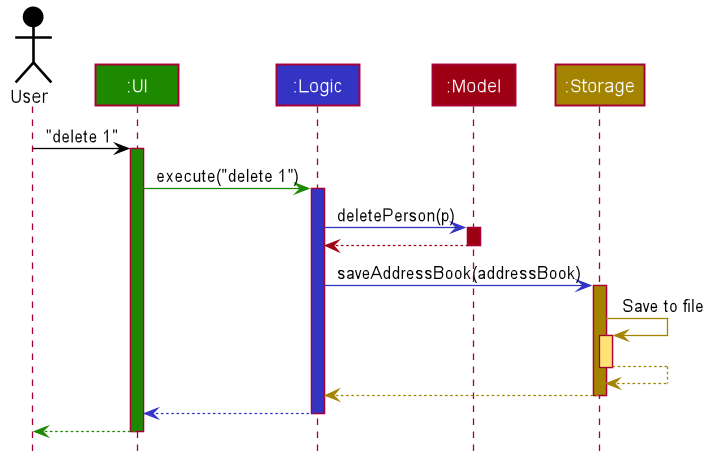
Above: docs/images/ArchitectureSequenceDiagram.png in nus-cs2103-AY2021S2/tp (PlantUML), before the change. The source it was exported from:
```plantuml
@startuml








skinparam BackgroundColor #FFFFFFF

skinparam Shadowing false

skinparam Class {
    FontColor #FFFFFF
    BorderThickness 1
    BorderColor #FFFFFF
    StereotypeFontColor #FFFFFF
    FontName Arial
}

skinparam Actor {
    BorderColor #000000
    Color #000000
    FontName Arial
}

skinparam Sequence {
    MessageAlign center
    BoxFontSize 15
    BoxPadding 0
    BoxFontColor #FFFFFF
    FontName Arial
}

skinparam Participant {
    FontColor #FFFFFFF
    Padding 20
}

skinparam MinClassWidth 50
skinparam ParticipantPadding 10
skinparam Shadowing false
skinparam DefaultTextAlignment center
skinparam packageStyle Rectangle

hide footbox
hide members
hide circle

Actor User as user #000000
Participant ":UI" as ui #1D8900
Participant ":Logic" as logic #3333C4
Participant ":Model" as model #9D0012
Participant ":Storage" as storage #A38300

user -[#000000]> ui : "delete 1"
activate ui #1D8900

ui -[#1D8900]> logic : execute("delete 1")
activate logic #3333C4

logic -[#3333C4]> model : deletePerson(p)
activate model #9D0012

model -[#9D0012]-> logic
deactivate model

logic -[#3333C4]> storage : saveAddressBook(addressBook)
activate storage #A38300

storage -[#A38300]> storage : Save to file
activate storage #FFE374
storage --[#A38300]> storage
deactivate storage

storage --[#A38300]> logic
deactivate storage

logic --[#3333C4]> ui
deactivate logic

ui--[#1D8900]> user
deactivate ui
@enduml
```
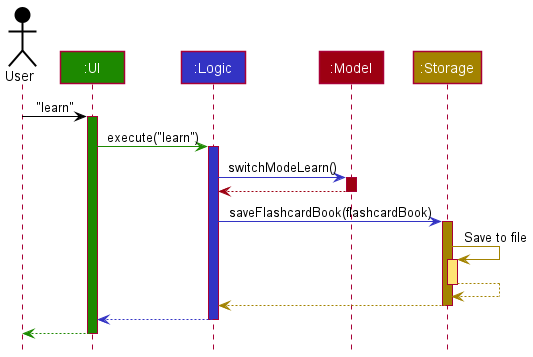
After the commit.

The edit, as a diff of the source:
```diff
@@ -1,85 +1,38 @@
 @startuml
+!include style.puml
 
+Actor User as user USER_COLOR
+Participant ":UI" as ui UI_COLOR
+Participant ":Logic" as logic LOGIC_COLOR
+Participant ":Model" as model MODEL_COLOR
+Participant ":Storage" as storage STORAGE_COLOR
 
+user -[USER_COLOR]> ui : "learn"
+activate ui UI_COLOR
 
+ui -[UI_COLOR]> logic : execute("learn")
+activate logic LOGIC_COLOR
 
+logic -[LOGIC_COLOR]> model : switchModeLearn()
+activate model MODEL_COLOR
 
-
-
-
-skinparam BackgroundColor #FFFFFFF
-
-skinparam Shadowing false
-
-skinparam Class {
-    FontColor #FFFFFF
-    BorderThickness 1
-    BorderColor #FFFFFF
-    StereotypeFontColor #FFFFFF
-    FontName Arial
-}
-
-skinparam Actor {
-    BorderColor #000000
-    Color #000000
-    FontName Arial
-}
-
-skinparam Sequence {
-    MessageAlign center
-    BoxFontSize 15
-    BoxPadding 0
-    BoxFontColor #FFFFFF
-    FontName Arial
-}
-
-skinparam Participant {
-    FontColor #FFFFFFF
-    Padding 20
-}
-
-skinparam MinClassWidth 50
-skinparam ParticipantPadding 10
-skinparam Shadowing false
-skinparam DefaultTextAlignment center
-skinparam packageStyle Rectangle
-
-hide footbox
-hide members
-hide circle
-
-Actor User as user #000000
-Participant ":UI" as ui #1D8900
-Participant ":Logic" as logic #3333C4
-Participant ":Model" as model #9D0012
-Participant ":Storage" as storage #A38300
-
-user -[#000000]> ui : "delete 1"
-activate ui #1D8900
-
-ui -[#1D8900]> logic : execute("delete 1")
-activate logic #3333C4
-
-logic -[#3333C4]> model : deletePerson(p)
-activate model #9D0012
-
-model -[#9D0012]-> logic
+model -[MODEL_COLOR]-> logic
 deactivate model
 
-logic -[#3333C4]> storage : saveAddressBook(addressBook)
-activate storage #A38300
+logic -[LOGIC_COLOR]> storage : saveFlashcardBook(flashcardBook)
+activate storage STORAGE_COLOR
 
-storage -[#A38300]> storage : Save to file
-activate storage #FFE374
-storage --[#A38300]> storage
+storage -[STORAGE_COLOR]> storage : Save to file
+activate storage STORAGE_COLOR_T1
+storage --[STORAGE_COLOR]> storage
 deactivate storage
 
-storage --[#A38300]> logic
+storage --[STORAGE_COLOR]> logic
 deactivate storage
 
-logic --[#3333C4]> ui
+logic --[LOGIC_COLOR]> ui
 deactivate logic
 
-ui--[#1D8900]> user
+ui--[UI_COLOR]> user
 deactivate ui
 @enduml
```
